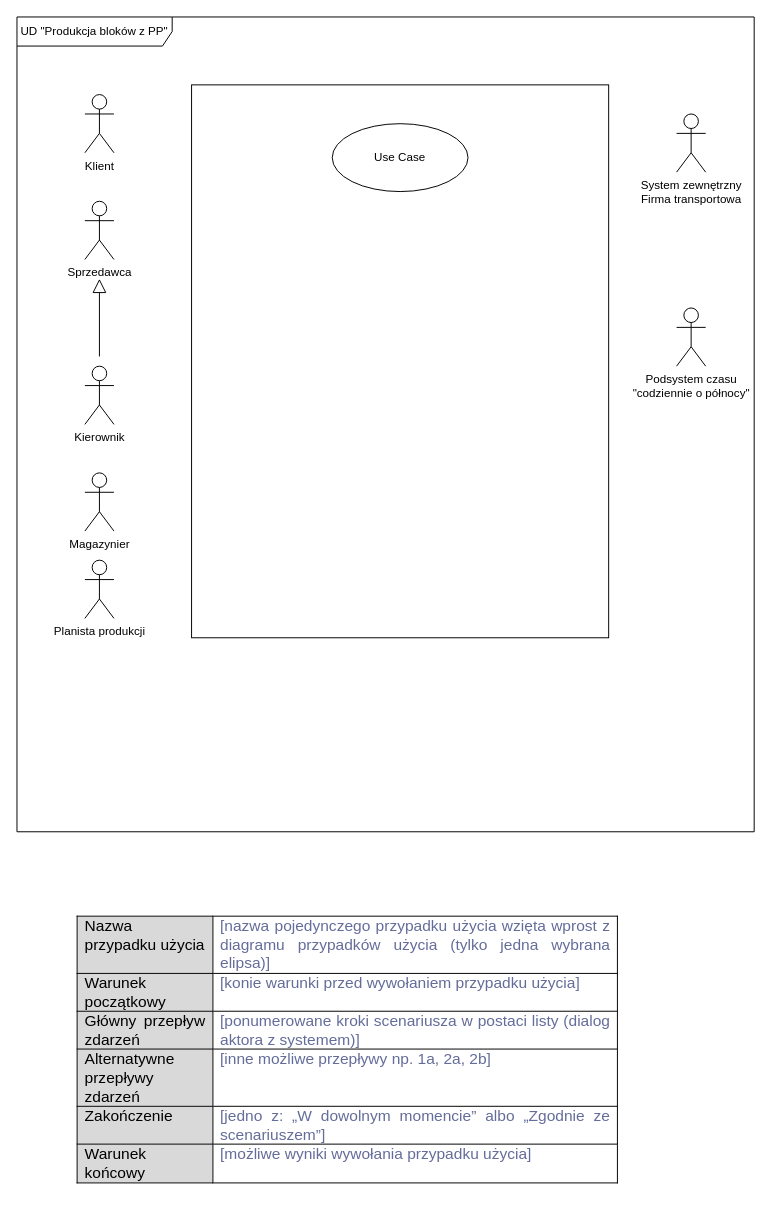
Above: Diagram bez tytułu.drawio in mateusz-nowacki/uml-projects (draw.io), before the change. Source tidied: cells renumbered, new cells numbered last; positions are measured from the earlier drawing's top-left corner, leaving out a move shared by most shapes. Both pictures are drawn from the tidied source at 97%, with x=0, y=0 at pixel (16, 16).
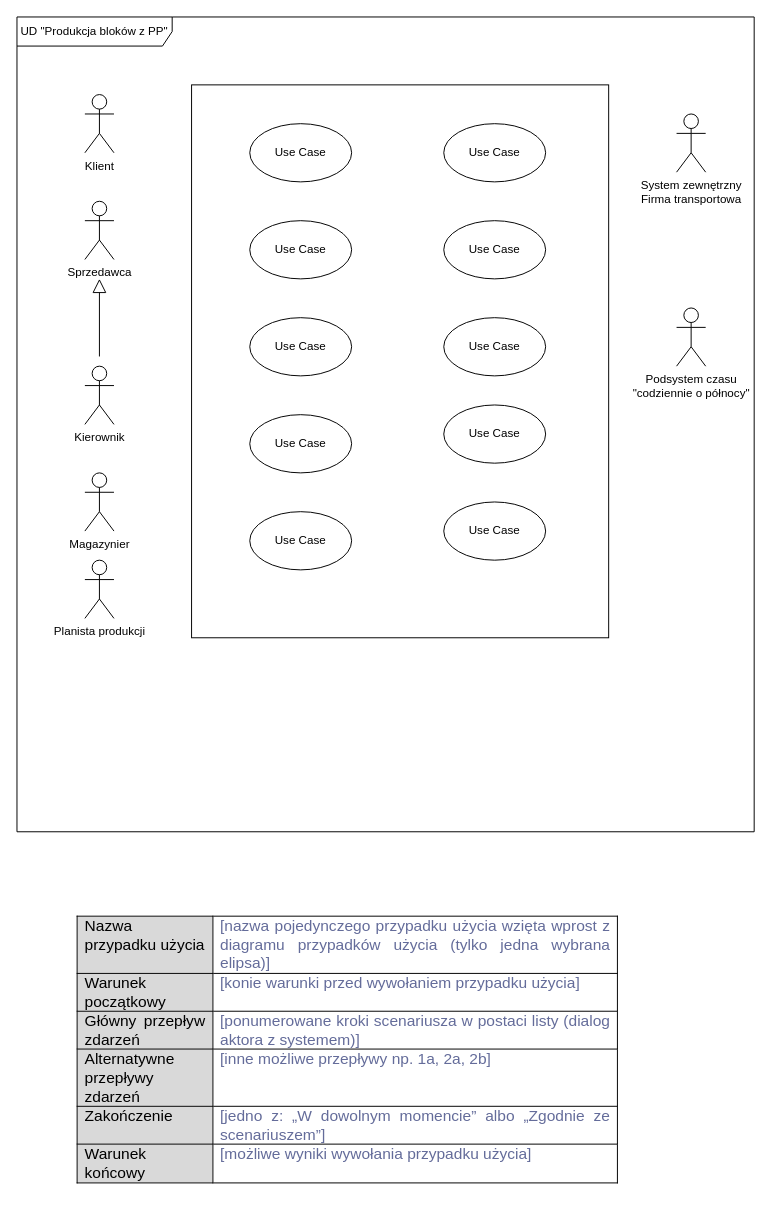
After the change.

Change to the diagram source:
```diff
@@
-    <mxCell id="13" value="Use Case" style="ellipse;whiteSpace=wrap;html=1;" parent="1" vertex="1">
-      <mxGeometry x="325" y="110" width="140" height="70" as="geometry" />
-    </mxCell>
+    <mxCell id="14" value="Use Case" style="ellipse;whiteSpace=wrap;html=1;" parent="1" vertex="1">
+      <mxGeometry x="240" y="110" width="105" height="60" as="geometry" />
+    </mxCell>
+    <mxCell id="15" value="Use Case" style="ellipse;whiteSpace=wrap;html=1;" parent="1" vertex="1">
+      <mxGeometry x="440" y="110" width="105" height="60" as="geometry" />
+    </mxCell>
+    <mxCell id="16" value="Use Case" style="ellipse;whiteSpace=wrap;html=1;" parent="1" vertex="1">
+      <mxGeometry x="240" y="210" width="105" height="60" as="geometry" />
+    </mxCell>
+    <mxCell id="17" value="Use Case" style="ellipse;whiteSpace=wrap;html=1;" parent="1" vertex="1">
+      <mxGeometry x="240" y="510" width="105" height="60" as="geometry" />
+    </mxCell>
+    <mxCell id="18" value="Use Case" style="ellipse;whiteSpace=wrap;html=1;" parent="1" vertex="1">
+      <mxGeometry x="240" y="310" width="105" height="60" as="geometry" />
+    </mxCell>
+    <mxCell id="19" value="Use Case" style="ellipse;whiteSpace=wrap;html=1;" parent="1" vertex="1">
+      <mxGeometry x="240" y="410" width="105" height="60" as="geometry" />
+    </mxCell>
+    <mxCell id="20" value="Use Case" style="ellipse;whiteSpace=wrap;html=1;" parent="1" vertex="1">
+      <mxGeometry x="440" y="500" width="105" height="60" as="geometry" />
+    </mxCell>
+    <mxCell id="21" value="Use Case" style="ellipse;whiteSpace=wrap;html=1;" parent="1" vertex="1">
+      <mxGeometry x="440" y="400" width="105" height="60" as="geometry" />
+    </mxCell>
+    <mxCell id="22" value="Use Case" style="ellipse;whiteSpace=wrap;html=1;" parent="1" vertex="1">
+      <mxGeometry x="440" y="310" width="105" height="60" as="geometry" />
+    </mxCell>
+    <mxCell id="23" value="Use Case" style="ellipse;whiteSpace=wrap;html=1;" parent="1" vertex="1">
+      <mxGeometry x="440" y="210" width="105" height="60" as="geometry" />
+    </mxCell>
```
